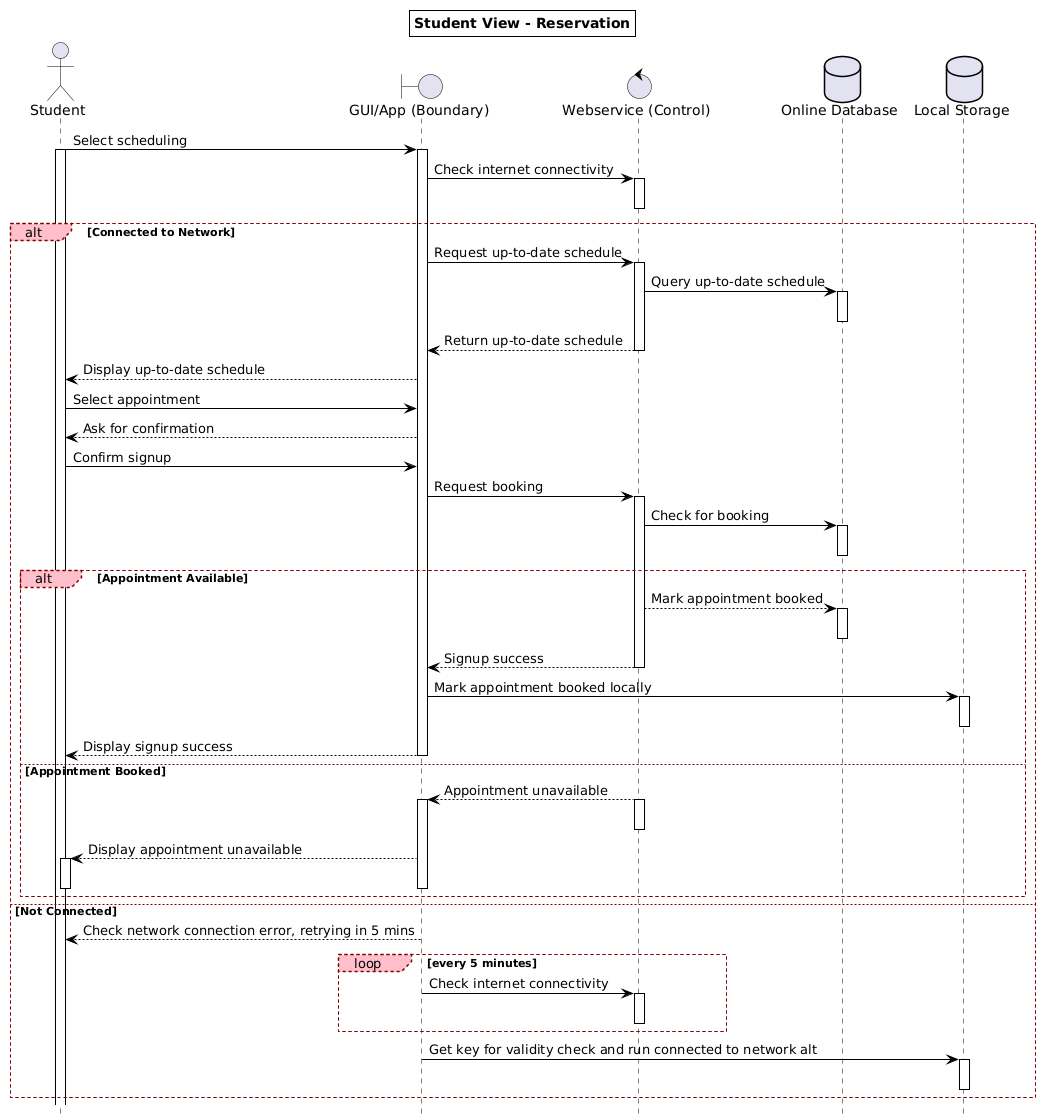
sebastien-andre/capstone1 keeps this PlantUML diagram as uml/sequence1/student/png/student_schedule_appt.png. Above is the earlier version. The source it was exported from:
```plantuml
@startuml
hide footbox
<style>
root {
  LineColor black
  Shadowing 0
}
sequenceDiagram {
  participant {
    BackGroundColor white
    LineThickness 1
  }
  group {
    LineThickness 1
    LineColor maroon
    LineStyle 3
    padding 50
    margin 50
  }
  groupHeader {
    FontStyle plain
    BackGroundColor pink
    LineColor maroon
    LineStyle 3
    padding 10
    margin 10
  }
}
</style>

title Student View - Reservation

actor "Student" as s
boundary "GUI/App (Boundary)" as gui
control "Webservice (Control)" as ws
database "Online Database" as db
database "Local Storage" as ls

s -> gui: Select scheduling
activate s
activate gui
gui -> ws: Check internet connectivity
activate ws
deactivate ws
alt Connected to Network
    gui -> ws: Request up-to-date schedule
    activate ws
    ws -> db: Query up-to-date schedule
    activate db
    deactivate db
    ws --> gui: Return up-to-date schedule
    deactivate ws
    gui --> s: Display up-to-date schedule
    s -> gui: Select appointment
    gui --> s: Ask for confirmation
    s -> gui: Confirm signup
    gui -> ws: Request booking
    activate ws
    ws -> db: Check for booking
    activate db
    deactivate db
    alt Appointment Available
        ws --> db: Mark appointment booked
        activate db
        deactivate db
        ws --> gui: Signup success
        deactivate ws
        gui -> ls: Mark appointment booked locally
        activate ls
        deactivate ls
        gui --> s: Display signup success
        deactivate gui
    else Appointment Booked
        ws --> gui: Appointment unavailable
        activate gui
        activate ws
        deactivate ws
        gui --> s: Display appointment unavailable
        activate s
        deactivate s
        deactivate gui
    end
else Not Connected
    gui --> s: Check network connection error, retrying in 5 mins
    loop every 5 minutes
        gui -> ws: Check internet connectivity
        activate ws
        deactivate ws
    end
    gui -> ls: Get key for validity check and run connected to network alt
    activate ls
    deactivate ls
    deactivate gui
end
@enduml
```
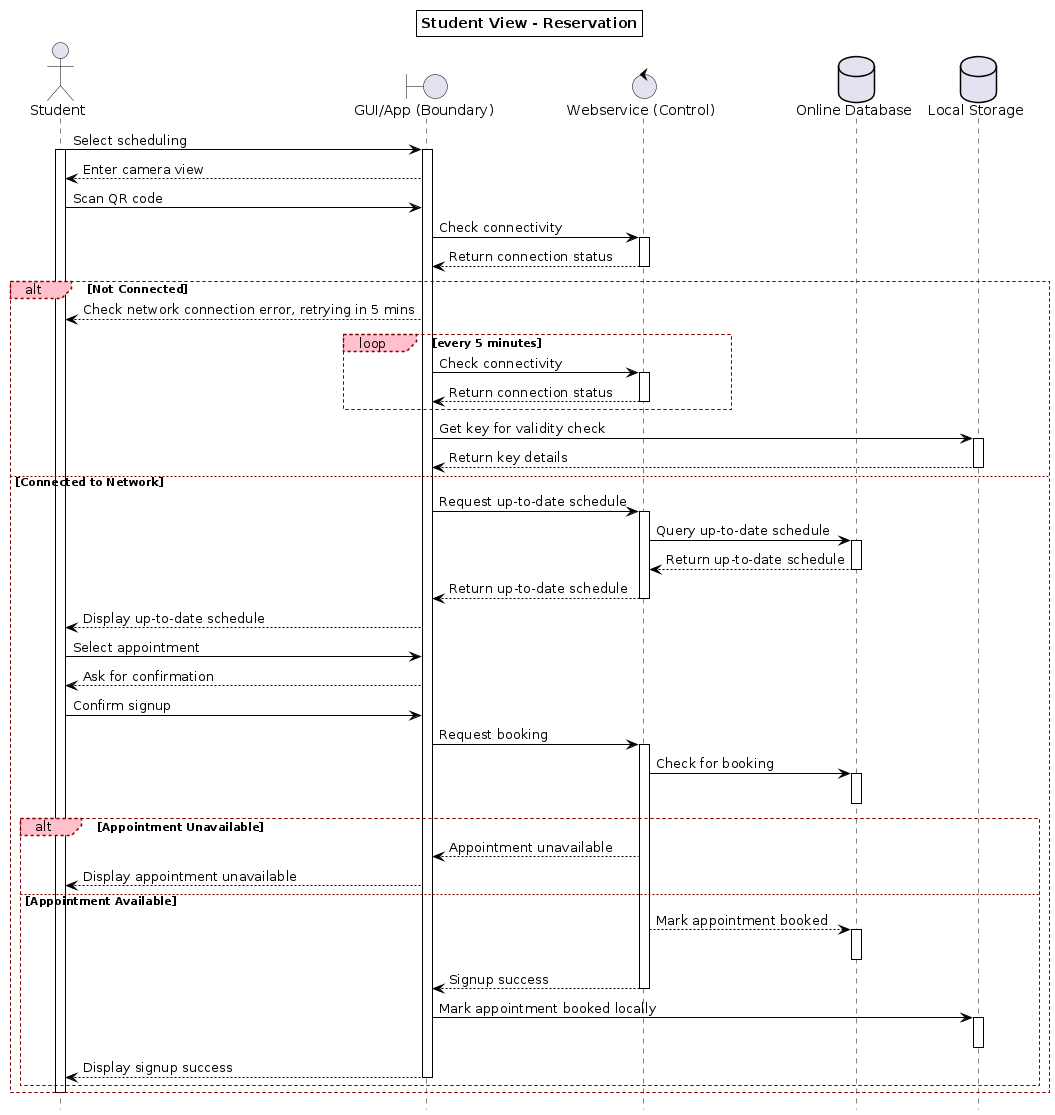
Later version of the same file.

Commit message:
worked on student views

Diff of the diagram source:
```diff
@@ -39,14 +39,32 @@
 s -> gui: Select scheduling
 activate s
 activate gui
-gui -> ws: Check internet connectivity
+gui --> s: Enter camera view
+s -> gui: Scan QR code
+gui -> ws: Check connectivity
 activate ws
+ws --> gui: Return connection status
 deactivate ws
-alt Connected to Network
+
+alt Not Connected
+    gui --> s: Check network connection error, retrying in 5 mins
+    loop every 5 minutes
+        gui -> ws: Check connectivity
+        activate ws
+        ws --> gui: Return connection status
+        deactivate ws
+    end
+    gui -> ls: Get key for validity check
+    activate ls
+    ls --> gui: Return key details
+    deactivate ls
+
+else Connected to Network
     gui -> ws: Request up-to-date schedule
     activate ws
     ws -> db: Query up-to-date schedule
     activate db
+    db --> ws: Return up-to-date schedule
     deactivate db
     ws --> gui: Return up-to-date schedule
     deactivate ws
@@ -59,7 +77,11 @@
     ws -> db: Check for booking
     activate db
     deactivate db
-    alt Appointment Available
+
+    alt Appointment Unavailable
+        ws --> gui: Appointment unavailable
+        gui --> s: Display appointment unavailable
+    else Appointment Available
         ws --> db: Mark appointment booked
         activate db
         deactivate db
@@ -70,26 +92,9 @@
         deactivate ls
         gui --> s: Display signup success
         deactivate gui
-    else Appointment Booked
-        ws --> gui: Appointment unavailable
-        activate gui
-        activate ws
-        deactivate ws
-        gui --> s: Display appointment unavailable
-        activate s
-        deactivate s
-        deactivate gui
+
     end
-else Not Connected
-    gui --> s: Check network connection error, retrying in 5 mins
-    loop every 5 minutes
-        gui -> ws: Check internet connectivity
-        activate ws
-        deactivate ws
-    end
-    gui -> ls: Get key for validity check and run connected to network alt
-    activate ls
-    deactivate ls
-    deactivate gui
+    deactivate s
+
 end
 @enduml
```
